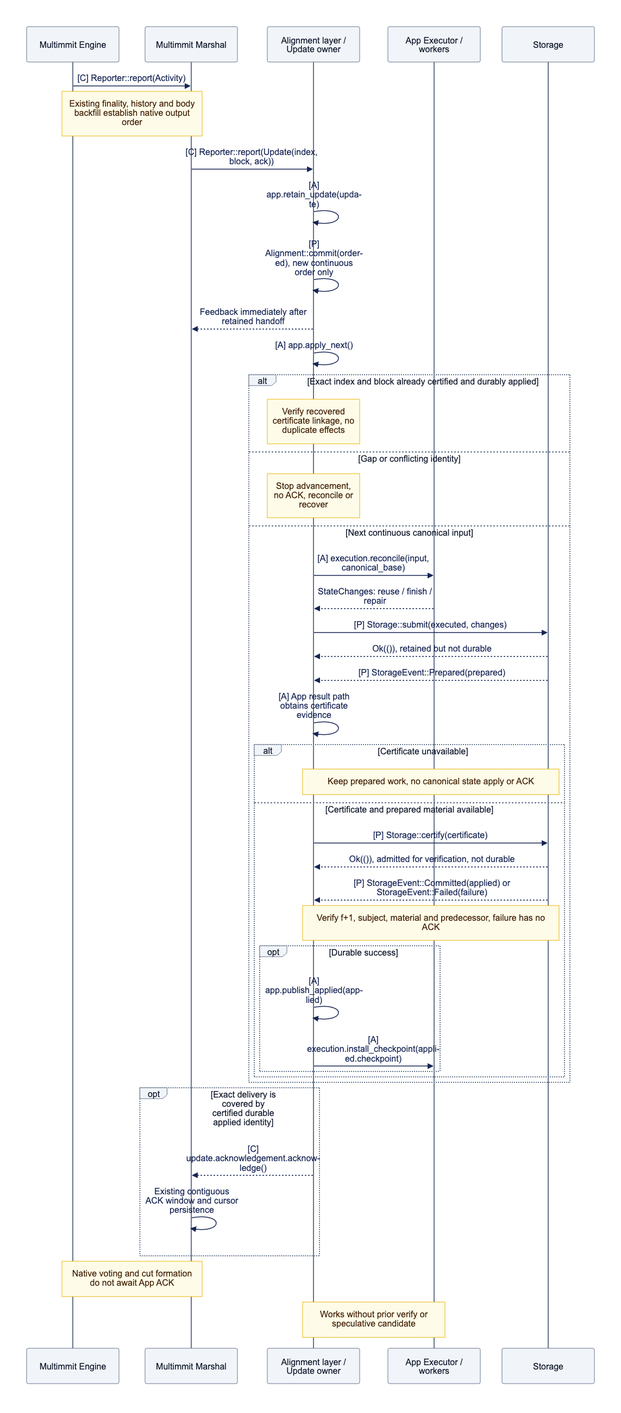
This is docs/assets/diagrams/diagram-08.png from djm07073/baton, a Mermaid export, as it was before one commit. Its source is kept beside it as docs/assets/diagrams/diagram-08.mmd.
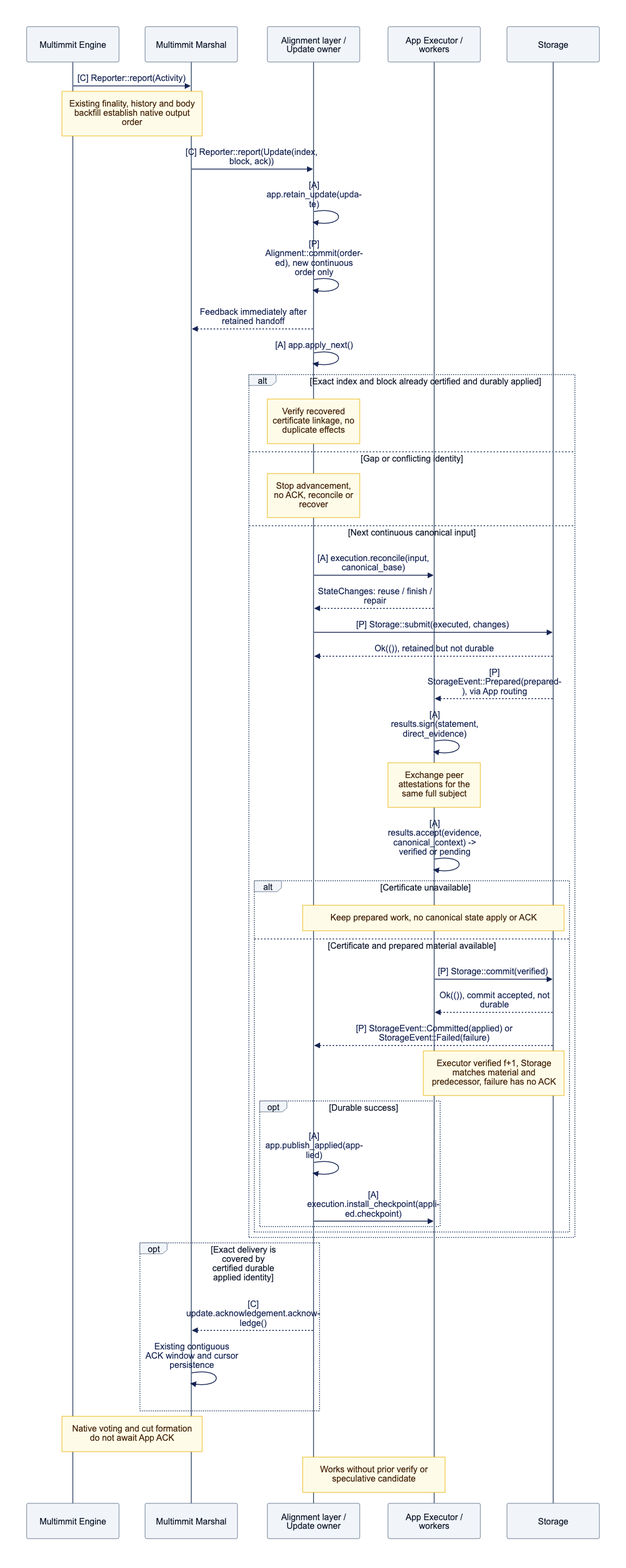
Above is the later version.

What changed in the source:
```diff
@@ -20,16 +20,18 @@
         E-->>A: StateChanges: reuse / finish / repair
         A->>S: [P] Storage::submit(executed, changes)
         S-->>A: Ok(()), retained but not durable
-        S-->>A: [P] StorageEvent::Prepared(prepared)
-        A->>A: [A] App result path obtains certificate evidence
+        S-->>E: [P] StorageEvent::Prepared(prepared), via App routing
+        E->>E: [A] results.sign(statement, direct_evidence)
+        Note over E: Exchange peer attestations for the same full subject
+        E->>E: [A] results.accept(evidence, canonical_context) -> verified or pending
 
         alt Certificate unavailable
             Note over A,S: Keep prepared work, no canonical state apply or ACK
         else Certificate and prepared material available
-            A->>S: [P] Storage::certify(certificate)
-            S-->>A: Ok(()), admitted for verification, not durable
+            E->>S: [P] Storage::commit(verified)
+            S-->>E: Ok(()), commit accepted, not durable
             S-->>A: [P] StorageEvent::Committed(applied) or StorageEvent::Failed(failure)
-            Note over A,S: Verify f+1, subject, material and predecessor, failure has no ACK
+            Note over E,S: Executor verified f+1, Storage matches material and predecessor, failure has no ACK
             opt Durable success
                 A->>A: [A] app.publish_applied(applied)
                 A->>E: [A] execution.install_checkpoint(applied.checkpoint)
```
